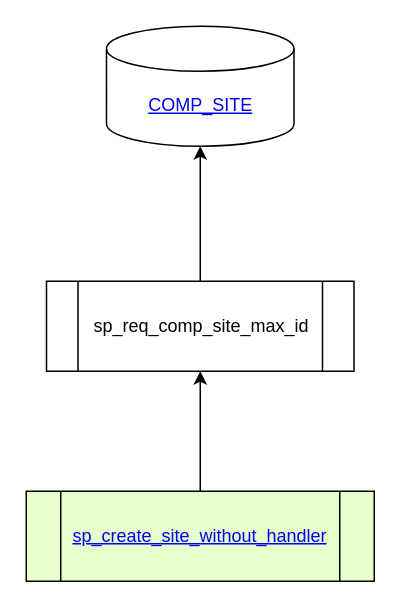
This is sp_create_site_without_handler.drawio from Leo-Nam/chium_draw, a draw.io file, before an edit. Source tidied: cells renumbered, new cells numbered last; positions are measured from the earlier drawing's top-left corner, leaving out a move shared by most shapes. Both pictures are drawn from the tidied source at 150%, with x=0, y=0 at pixel (26, 26).
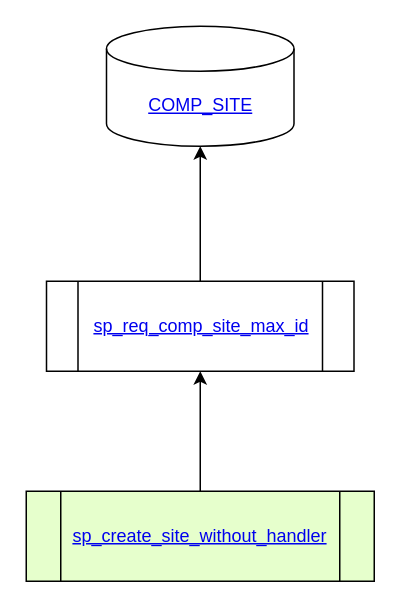
The same page after the edit.

Commit message (it also covers changes not shown here):
sp_insert_collector_wste_lists

The edit, as a diff of the source:
```diff
@@
 <mxGraphModel>
   <root>
     <mxCell id="0" />
     <mxCell id="1" parent="0" />
     <mxCell id="2" style="edgeStyle=orthogonalEdgeStyle;rounded=0;jettySize=auto;html=1;" parent="1" edge="1" source="3" target="5">
       <mxGeometry relative="1" as="geometry" />
     </mxCell>
     <mxCell id="3" value="&lt;a href=&quot;https://www.notion.so/sp_create_site_without_handler-ac8b5a166f7043518dc1d7290bc020f5&quot;&gt;sp_create_site_without_handler&lt;/a&gt;" style="shape=process;whiteSpace=wrap;html=1;backgroundOutline=1;rounded=0;fillColor=#E6FFCC;" parent="1" vertex="1">
       <mxGeometry y="310" width="232" height="60" as="geometry" />
     </mxCell>
     <mxCell id="4" style="edgeStyle=orthogonalEdgeStyle;rounded=0;jettySize=auto;html=1;" parent="1" edge="1" source="5" target="6">
       <mxGeometry relative="1" as="geometry" />
     </mxCell>
-    <mxCell id="5" value="sp_req_comp_site_max_id" style="shape=process;whiteSpace=wrap;html=1;backgroundOutline=1;rounded=0;" parent="1" vertex="1">
+    <mxCell id="5" value="&lt;a href=&quot;https://github.com/Leo-Nam/chium_draw/blob/master/sp_req_comp_max_id.drawio&quot;&gt;sp_req_comp_site_max_id&lt;/a&gt;" style="shape=process;whiteSpace=wrap;html=1;backgroundOutline=1;rounded=0;" parent="1" vertex="1">
       <mxGeometry x="13.5" y="170" width="205" height="60" as="geometry" />
     </mxCell>
     <mxCell id="6" value="&lt;a href=&quot;https://www.notion.so/COMP_SITE-accb03cb0e274fda9f742a88703b821a&quot;&gt;COMP_SITE&lt;/a&gt;" style="shape=cylinder3;whiteSpace=wrap;html=1;boundedLbl=1;backgroundOutline=1;size=15;" parent="1" vertex="1">
       <mxGeometry x="53.5" width="125" height="80" as="geometry" />
     </mxCell>
   </root>
 </mxGraphModel>
```
